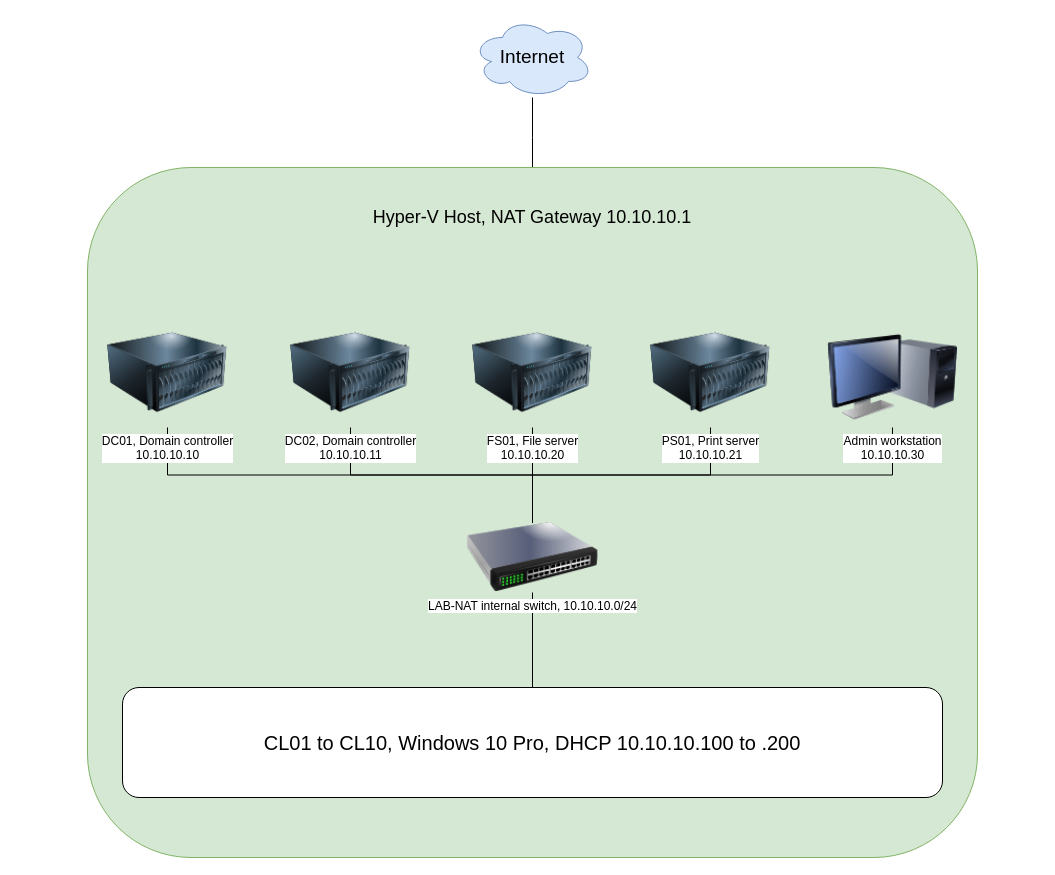
Before: diagrams/Meridian.drawio in officialsp961/meridian-homelab, a draw.io diagram. Source tidied: cells renumbered, new cells numbered last; positions are measured from the earlier drawing's top-left corner, leaving out a move shared by most shapes. Both pictures are drawn from the tidied source at 100%, with x=0, y=0 at pixel (87, 17).
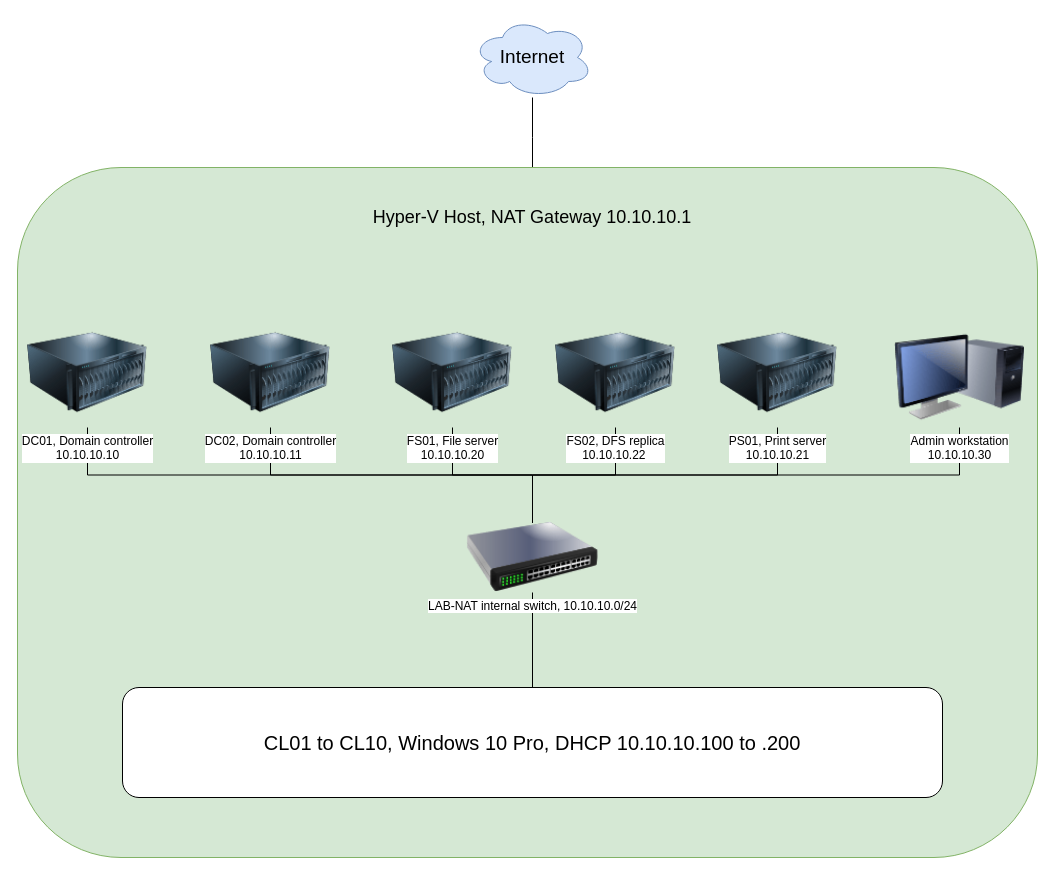
After the change.

Commit message (it also covers changes not shown here):
docs(diagram): add FS02 to network diagram

The change refers to these unchanged cells:
```xml
<mxCell id="11" value="LAB-NAT internal switch, 10.10.10.0/24" style="image;html=1;image=img/lib/clip_art/networking/Switch_128x128.png;" parent="1" vertex="1">
  <mxGeometry x="215" y="505" width="460" height="70" as="geometry" />
</mxCell>
```

What changed in the source:
```diff
@@
     <mxCell id="4" style="rounded=1;whiteSpace=wrap;html=1;roundedPerimeter=1;align=left;fillColor=#d5e8d4;strokeColor=#82b366;" parent="1" vertex="1">
-      <mxGeometry y="150" width="890" height="690" as="geometry" />
+      <mxGeometry x="-70" y="150" width="1020" height="690" as="geometry" />
     </mxCell>
@@
+    <mxCell id="21" style="edgeStyle=orthogonalEdgeStyle;rounded=0;jettySize=auto;html=1;exitX=0.5;exitY=0;exitDx=0;exitDy=0;entryX=0.5;entryY=1;entryDx=0;entryDy=0;endArrow=none;endFill=0;" parent="1" edge="1" source="11" target="22">
+      <mxGeometry relative="1" as="geometry" />
+    </mxCell>
@@
     <mxCell id="12" value="DC01, Domain controller&lt;br&gt;10.10.10.10" style="image;html=1;image=img/lib/clip_art/computers/Server_128x128.png;" parent="1" vertex="1">
-      <mxGeometry x="20" y="300" width="120" height="110" as="geometry" />
+      <mxGeometry x="-60" y="300" width="120" height="110" as="geometry" />
     </mxCell>
@@
     <mxCell id="14" value="DC02, Domain controller&lt;br&gt;10.10.10.11" style="image;html=1;image=img/lib/clip_art/computers/Server_128x128.png;" parent="1" vertex="1">
-      <mxGeometry x="203" y="300" width="120" height="110" as="geometry" />
+      <mxGeometry x="123" y="300" width="120" height="110" as="geometry" />
     </mxCell>
     <mxCell id="15" value="FS01, File server&lt;br&gt;10.10.10.20" style="image;html=1;image=img/lib/clip_art/computers/Server_128x128.png;" parent="1" vertex="1">
-      <mxGeometry x="385" y="300" width="120" height="110" as="geometry" />
+      <mxGeometry x="305" y="300" width="120" height="110" as="geometry" />
     </mxCell>
     <mxCell id="16" value="PS01, Print server&lt;br&gt;10.10.10.21" style="image;html=1;image=img/lib/clip_art/computers/Server_128x128.png;" parent="1" vertex="1">
-      <mxGeometry x="563" y="300" width="120" height="110" as="geometry" />
+      <mxGeometry x="630" y="300" width="120" height="110" as="geometry" />
     </mxCell>
     <mxCell id="17" value="Admin workstation&lt;br&gt;10.10.10.30" style="image;html=1;image=img/lib/clip_art/computers/Monitor_Tower_128x128.png;" parent="1" vertex="1">
-      <mxGeometry x="740" y="310" width="130" height="100" as="geometry" />
+      <mxGeometry x="807" y="310" width="130" height="100" as="geometry" />
     </mxCell>
@@
+    <mxCell id="22" value="FS02, DFS replica&lt;div&gt;10.10.10.22&amp;nbsp;&lt;/div&gt;" style="image;html=1;image=img/lib/clip_art/computers/Server_128x128.png;" parent="1" vertex="1">
+      <mxGeometry x="468" y="300" width="120" height="110" as="geometry" />
+    </mxCell>
```
